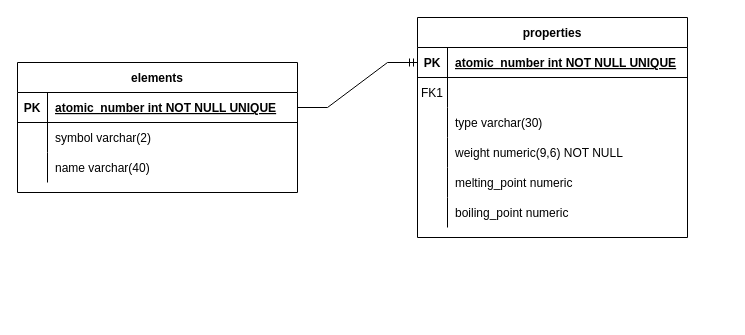
Earlier version of the draw.io diagram Untitled Diagram.drawio (afsaavedram/periodic_table). Source tidied: cells renumbered, new cells numbered last; positions are measured from the earlier drawing's top-left corner, leaving out a move shared by most shapes. Both pictures are drawn from the tidied source at 100%, with x=0, y=0 at pixel (17, 17).
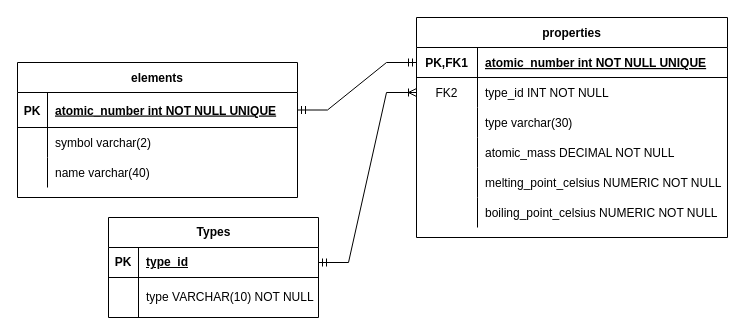
The same diagram, later.

What changed in the source:
```diff
@@
     <mxCell id="2" value="properties" style="shape=table;startSize=30;childLayout=tableLayout;rowLines=0;fontStyle=1;align=center;" parent="1" vertex="1">
-      <mxGeometry x="400" width="270" height="220" as="geometry" />
+      <mxGeometry x="399" width="311" height="220" as="geometry" />
     </mxCell>
     <mxCell id="3" style="shape=partialRectangle;fillColor=none;points=[[0,0.5],[1,0.5]];portConstraint=eastwest;top=0;left=0;right=0;bottom=1;" parent="2" vertex="1">
-      <mxGeometry y="30" width="270" height="30" as="geometry" />
+      <mxGeometry y="30" width="311" height="30" as="geometry" />
     </mxCell>
-    <mxCell id="4" value="PK" style="shape=partialRectangle;overflow=hidden;fillColor=none;top=0;left=0;bottom=0;right=0;fontStyle=1;" parent="3" vertex="1">
-      <mxGeometry width="30" height="30" as="geometry" />
+    <mxCell id="4" value="PK,FK1" style="shape=partialRectangle;overflow=hidden;fillColor=none;top=0;left=0;bottom=0;right=0;fontStyle=1;" parent="3" vertex="1">
+      <mxGeometry width="61" height="30" as="geometry" />
     </mxCell>
     <mxCell id="5" value="atomic_number int NOT NULL UNIQUE" style="shape=partialRectangle;overflow=hidden;fillColor=none;top=0;left=0;bottom=0;right=0;align=left;spacingLeft=6;fontStyle=5;" parent="3" vertex="1">
-      <mxGeometry x="30" width="240" height="30" as="geometry" />
+      <mxGeometry x="61" width="250" height="30" as="geometry" />
     </mxCell>
     <mxCell id="6" style="shape=partialRectangle;fillColor=none;points=[[0,0.5],[1,0.5]];portConstraint=eastwest;top=0;left=0;right=0;bottom=0;" parent="2" vertex="1">
-      <mxGeometry y="60" width="270" height="30" as="geometry" />
+      <mxGeometry y="60" width="311" height="30" as="geometry" />
     </mxCell>
-    <mxCell id="7" value="FK1" style="shape=partialRectangle;overflow=hidden;fillColor=none;top=0;left=0;bottom=0;right=0;" parent="6" vertex="1">
-      <mxGeometry width="30" height="30" as="geometry" />
+    <mxCell id="7" value="FK2" style="shape=partialRectangle;overflow=hidden;fillColor=none;top=0;left=0;bottom=0;right=0;" parent="6" vertex="1">
+      <mxGeometry width="61" height="30" as="geometry" />
     </mxCell>
-    <mxCell id="8" style="shape=partialRectangle;overflow=hidden;fillColor=none;top=0;left=0;bottom=0;right=0;align=left;spacingLeft=6;" parent="6" vertex="1">
-      <mxGeometry x="30" width="240" height="30" as="geometry" />
+    <mxCell id="8" value="type_id INT NOT NULL" style="shape=partialRectangle;overflow=hidden;fillColor=none;top=0;left=0;bottom=0;right=0;align=left;spacingLeft=6;" parent="6" vertex="1">
+      <mxGeometry x="61" width="250" height="30" as="geometry" />
     </mxCell>
     <mxCell id="9" style="shape=partialRectangle;fillColor=none;top=0;left=0;right=0;bottom=0;" parent="2" vertex="1">
-      <mxGeometry y="90" width="270" height="30" as="geometry" />
+      <mxGeometry y="90" width="311" height="30" as="geometry" />
     </mxCell>
     <mxCell id="10" style="shape=partialRectangle;overflow=hidden;fillColor=none;top=0;left=0;bottom=0;right=0;" parent="9" vertex="1">
-      <mxGeometry width="30" height="30" as="geometry" />
+      <mxGeometry width="61" height="30" as="geometry" />
     </mxCell>
     <mxCell id="11" value="type varchar(30)" style="shape=partialRectangle;overflow=hidden;fillColor=none;top=0;left=0;bottom=0;right=0;align=left;spacingLeft=6;" parent="9" vertex="1">
-      <mxGeometry x="30" width="240" height="30" as="geometry" />
+      <mxGeometry x="61" width="250" height="30" as="geometry" />
     </mxCell>
     <mxCell id="12" style="shape=tableRow;horizontal=0;startSize=0;swimlaneHead=0;swimlaneBody=0;fillColor=none;top=0;left=0;right=0;bottom=0;" parent="2" vertex="1">
-      <mxGeometry y="120" width="270" height="30" as="geometry" />
+      <mxGeometry y="120" width="311" height="30" as="geometry" />
     </mxCell>
     <mxCell id="13" style="shape=partialRectangle;fillColor=none;top=0;left=0;bottom=0;right=0;overflow=hidden;" parent="12" vertex="1">
-      <mxGeometry width="30" height="30" as="geometry" />
+      <mxGeometry width="61" height="30" as="geometry" />
     </mxCell>
-    <mxCell id="14" value="weight numeric(9,6) NOT NULL" style="shape=partialRectangle;fillColor=none;top=0;left=0;bottom=0;right=0;align=left;spacingLeft=6;overflow=hidden;" parent="12" vertex="1">
-      <mxGeometry x="30" width="240" height="30" as="geometry" />
+    <mxCell id="14" value="atomic_mass DECIMAL NOT NULL" style="shape=partialRectangle;fillColor=none;top=0;left=0;bottom=0;right=0;align=left;spacingLeft=6;overflow=hidden;" parent="12" vertex="1">
+      <mxGeometry x="61" width="250" height="30" as="geometry" />
     </mxCell>
     <mxCell id="15" style="shape=tableRow;horizontal=0;startSize=0;swimlaneHead=0;swimlaneBody=0;fillColor=none;top=0;left=0;right=0;bottom=0;" parent="2" vertex="1">
-      <mxGeometry y="150" width="270" height="30" as="geometry" />
+      <mxGeometry y="150" width="311" height="30" as="geometry" />
     </mxCell>
     <mxCell id="16" style="shape=partialRectangle;fillColor=none;top=0;left=0;bottom=0;right=0;overflow=hidden;" parent="15" vertex="1">
-      <mxGeometry width="30" height="30" as="geometry" />
+      <mxGeometry width="61" height="30" as="geometry" />
     </mxCell>
-    <mxCell id="17" value="melting_point numeric" style="shape=partialRectangle;fillColor=none;top=0;left=0;bottom=0;right=0;align=left;spacingLeft=6;overflow=hidden;" parent="15" vertex="1">
-      <mxGeometry x="30" width="240" height="30" as="geometry" />
+    <mxCell id="17" value="melting_point_celsius NUMERIC NOT NULL" style="shape=partialRectangle;fillColor=none;top=0;left=0;bottom=0;right=0;align=left;spacingLeft=6;overflow=hidden;" parent="15" vertex="1">
+      <mxGeometry x="61" width="250" height="30" as="geometry" />
     </mxCell>
     <mxCell id="18" style="shape=tableRow;horizontal=0;startSize=0;swimlaneHead=0;swimlaneBody=0;fillColor=none;top=0;left=0;right=0;bottom=0;" parent="2" vertex="1">
-      <mxGeometry y="180" width="270" height="30" as="geometry" />
+      <mxGeometry y="180" width="311" height="30" as="geometry" />
     </mxCell>
     <mxCell id="19" style="shape=partialRectangle;fillColor=none;top=0;left=0;bottom=0;right=0;overflow=hidden;" parent="18" vertex="1">
-      <mxGeometry width="30" height="30" as="geometry" />
+      <mxGeometry width="61" height="30" as="geometry" />
     </mxCell>
-    <mxCell id="20" value="boiling_point numeric" style="shape=partialRectangle;fillColor=none;top=0;left=0;bottom=0;right=0;align=left;spacingLeft=6;overflow=hidden;" parent="18" vertex="1">
-      <mxGeometry x="30" width="240" height="30" as="geometry" />
+    <mxCell id="20" value="boiling_point_celsius NUMERIC NOT NULL" style="shape=partialRectangle;fillColor=none;top=0;left=0;bottom=0;right=0;align=left;spacingLeft=6;overflow=hidden;" parent="18" vertex="1">
+      <mxGeometry x="61" width="250" height="30" as="geometry" />
     </mxCell>
     <mxCell id="21" value="elements" style="shape=table;startSize=30;childLayout=tableLayout;rowLines=0;fontStyle=1;align=center;" parent="1" vertex="1">
-      <mxGeometry y="45" width="280" height="130" as="geometry" />
+      <mxGeometry y="45" width="280" height="135" as="geometry" />
     </mxCell>
     <mxCell id="22" style="shape=partialRectangle;fillColor=none;points=[[0,0.5],[1,0.5]];portConstraint=eastwest;top=0;left=0;right=0;bottom=1;" parent="21" vertex="1">
-      <mxGeometry y="30" width="280" height="30" as="geometry" />
+      <mxGeometry y="30" width="280" height="35" as="geometry" />
     </mxCell>
     <mxCell id="23" value="PK" style="shape=partialRectangle;overflow=hidden;fillColor=none;top=0;left=0;bottom=0;right=0;fontStyle=1;" parent="22" vertex="1">
-      <mxGeometry width="30" height="30" as="geometry" />
+      <mxGeometry width="30" height="35" as="geometry" />
     </mxCell>
     <mxCell id="24" value="atomic_number int NOT NULL UNIQUE" style="shape=partialRectangle;overflow=hidden;fillColor=none;top=0;left=0;bottom=0;right=0;align=left;spacingLeft=6;fontStyle=5;" parent="22" vertex="1">
-      <mxGeometry x="30" width="250" height="30" as="geometry" />
+      <mxGeometry x="30" width="250" height="35" as="geometry" />
     </mxCell>
     <mxCell id="25" style="shape=partialRectangle;fillColor=none;top=0;left=0;right=0;bottom=0;" parent="21" vertex="1">
-      <mxGeometry y="60" width="280" height="30" as="geometry" />
+      <mxGeometry y="65" width="280" height="30" as="geometry" />
     </mxCell>
@@
     <mxCell id="28" style="shape=tableRow;horizontal=0;startSize=0;swimlaneHead=0;swimlaneBody=0;fillColor=none;top=0;left=0;right=0;bottom=0;" parent="21" vertex="1">
-      <mxGeometry y="90" width="280" height="30" as="geometry" />
+      <mxGeometry y="95" width="280" height="30" as="geometry" />
     </mxCell>
@@
+    <mxCell id="32" value="Types" style="shape=table;startSize=30;childLayout=tableLayout;rowLines=0;fontStyle=1;align=center;html=1;" parent="1" vertex="1">
+      <mxGeometry x="91" y="200" width="210" height="100" as="geometry" />
+    </mxCell>
+    <mxCell id="33" style="shape=tableRow;horizontal=0;startSize=0;swimlaneHead=0;swimlaneBody=0;fillColor=none;points=[[0,0.5],[1,0.5]];portConstraint=eastwest;top=0;left=0;right=0;bottom=1;" parent="32" vertex="1">
+      <mxGeometry y="30" width="210" height="30" as="geometry" />
+    </mxCell>
+    <mxCell id="34" value="PK" style="shape=partialRectangle;fillColor=none;top=0;left=0;bottom=0;right=0;fontStyle=1;overflow=hidden;whiteSpace=wrap;html=1;" parent="33" vertex="1">
+      <mxGeometry width="30" height="30" as="geometry" />
+    </mxCell>
+    <mxCell id="35" value="type_id" style="shape=partialRectangle;fillColor=none;top=0;left=0;bottom=0;right=0;align=left;spacingLeft=6;fontStyle=5;overflow=hidden;whiteSpace=wrap;html=1;" parent="33" vertex="1">
+      <mxGeometry x="30" width="180" height="30" as="geometry" />
+    </mxCell>
+    <mxCell id="36" style="shape=tableRow;horizontal=0;startSize=0;swimlaneHead=0;swimlaneBody=0;fillColor=none;top=0;left=0;right=0;bottom=0;" parent="32" vertex="1">
+      <mxGeometry y="60" width="210" height="40" as="geometry" />
+    </mxCell>
+    <mxCell id="37" style="shape=partialRectangle;fillColor=none;top=0;left=0;bottom=0;right=0;overflow=hidden;whiteSpace=wrap;html=1;" parent="36" vertex="1">
+      <mxGeometry width="30" height="40" as="geometry" />
+    </mxCell>
+    <mxCell id="38" value="type VARCHAR(10) NOT NULL" style="shape=partialRectangle;fillColor=none;top=0;left=0;bottom=0;right=0;align=left;spacingLeft=6;overflow=hidden;whiteSpace=wrap;html=1;" parent="36" vertex="1">
+      <mxGeometry x="30" width="180" height="40" as="geometry" />
+    </mxCell>
-    <mxCell id="31" style="edgeStyle=entityRelationEdgeStyle;fontSize=12;html=1;endArrow=ERmandOne;rounded=0;" parent="1" edge="1" source="22" target="3">
+    <mxCell id="31" style="edgeStyle=entityRelationEdgeStyle;fontSize=12;html=1;endArrow=ERmandOne;startArrow=ERmandOne;rounded=0;entryX=0;entryY=0.5;entryDx=0;entryDy=0;exitX=1;exitY=0.5;exitDx=0;exitDy=0;" parent="1" edge="1" source="22" target="3">
       <mxGeometry relative="1" as="geometry" />
     </mxCell>
+    <mxCell id="39" style="edgeStyle=entityRelationEdgeStyle;fontSize=12;html=1;endArrow=ERoneToMany;startArrow=ERmandOne;rounded=0;entryX=0;entryY=0.5;entryDx=0;entryDy=0;" parent="1" edge="1" source="33" target="6">
+      <mxGeometry relative="1" as="geometry">
+        <Array as="points">
+          <mxPoint x="350" y="140" />
+        </Array>
+      </mxGeometry>
+    </mxCell>
```
